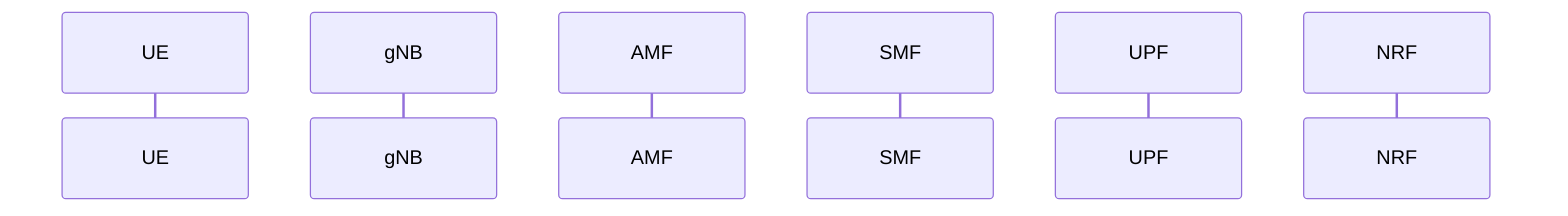
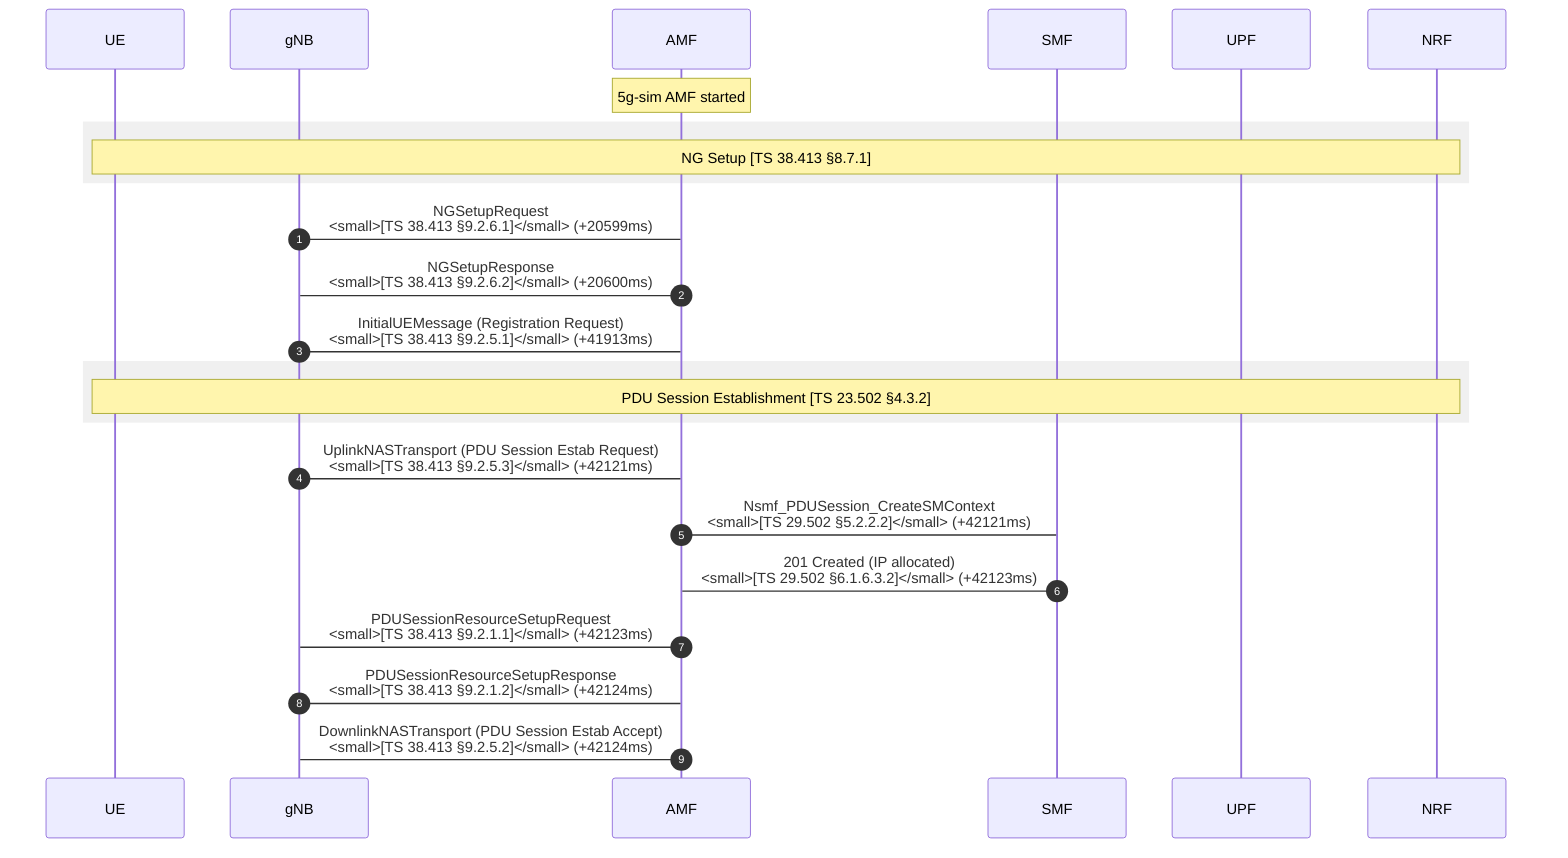
sequenceDiagram
  autonumber
  participant UE
  participant gNB
  participant AMF
  participant SMF
  participant UPF
  participant NRF

+   Note over AMF: 5g-sim AMF started
+ 
+   rect rgb(240, 240, 240)
+     Note over UE,NRF: NG Setup [TS 38.413 §8.7.1]
+   end
+ 
+   gNB->AMF: NGSetupRequest<br/><small>[TS 38.413 §9.2.6.1]</small> (+20599ms)
+   AMF->gNB: NGSetupResponse<br/><small>[TS 38.413 §9.2.6.2]</small> (+20600ms)
+   gNB->AMF: InitialUEMessage (Registration Request)<br/><small>[TS 38.413 §9.2.5.1]</small> (+41913ms)
+ 
+   rect rgb(240, 240, 240)
+     Note over UE,NRF: PDU Session Establishment [TS 23.502 §4.3.2]
+   end
+ 
+   gNB->AMF: UplinkNASTransport (PDU Session Estab Request)<br/><small>[TS 38.413 §9.2.5.3]</small> (+42121ms)
+   AMF->SMF: Nsmf_PDUSession_CreateSMContext<br/><small>[TS 29.502 §5.2.2.2]</small> (+42121ms)
+   SMF->AMF: 201 Created (IP allocated)<br/><small>[TS 29.502 §6.1.6.3.2]</small> (+42123ms)
+   AMF->gNB: PDUSessionResourceSetupRequest<br/><small>[TS 38.413 §9.2.1.1]</small> (+42123ms)
+   gNB->AMF: PDUSessionResourceSetupResponse<br/><small>[TS 38.413 §9.2.1.2]</small> (+42124ms)
+   AMF->gNB: DownlinkNASTransport (PDU Session Estab Accept)<br/><small>[TS 38.413 §9.2.5.2]</small> (+42124ms)
